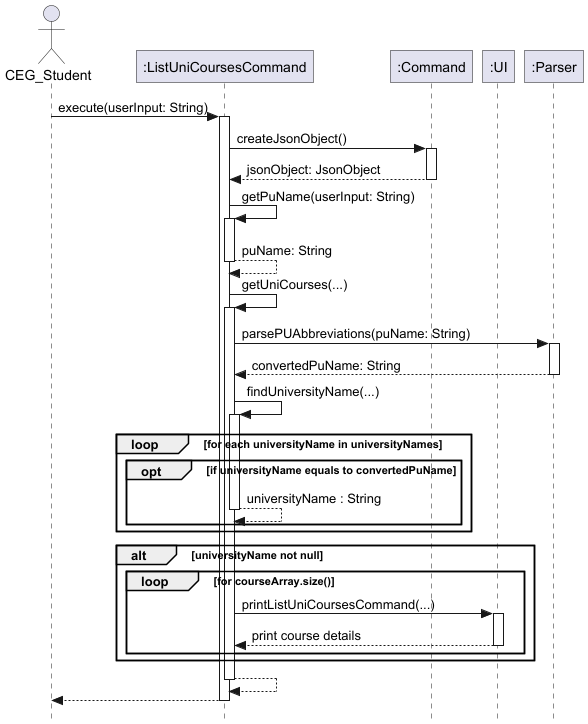
Before: docs/images/ListUniCoursesCommand.png, a diagram exported from PlantUML (nus-cs2113-AY2425S1/tp).
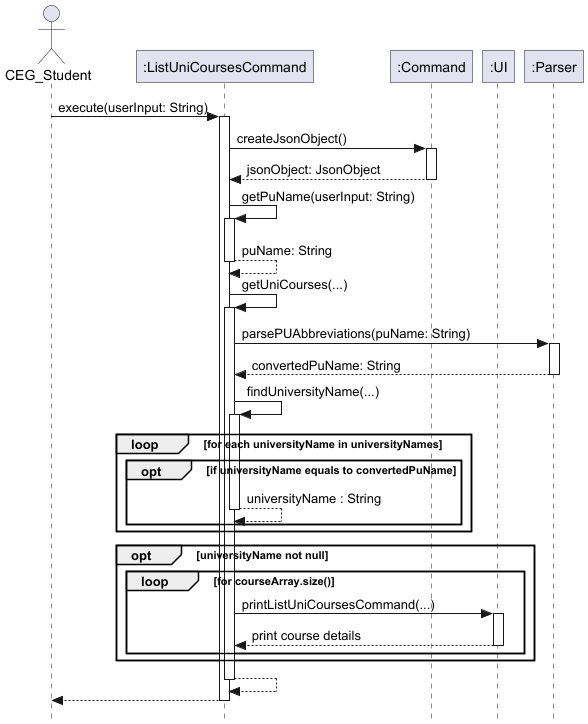
Later version of the same file.

What changed in the source:
```diff
@@ -40,7 +40,7 @@
     end
 end
 
-alt universityName not null
+opt universityName not null
         loop for courseArray.size()
         ListUniCoursesCommand -> UI: printListUniCoursesCommand(...)
         activate UI
```
